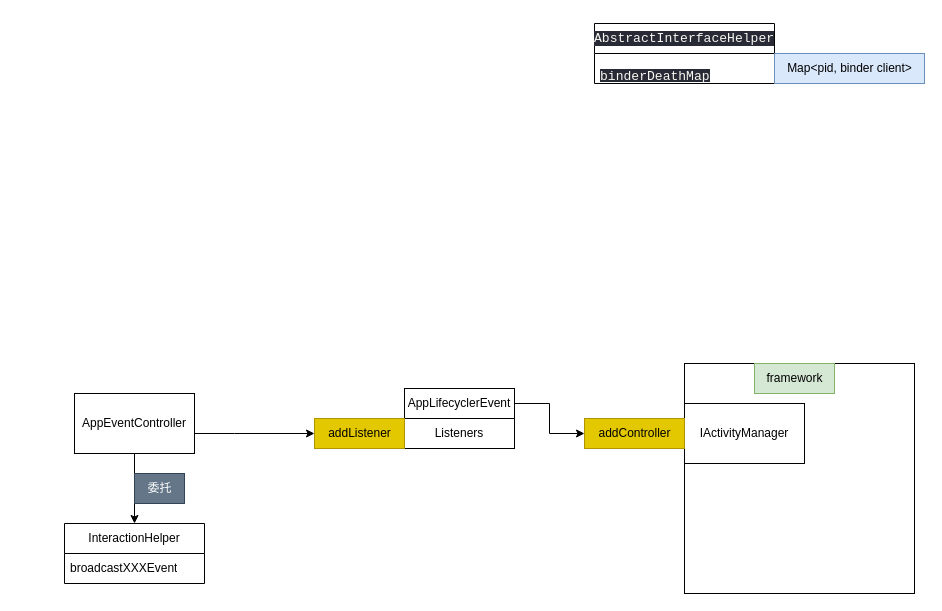
The draw.io diagram 脑图/hyy/未命名绘图.drawio in JeckOnly/passage, before the edit. Source tidied: cells renumbered, new cells numbered last; positions are measured from the earlier drawing's top-left corner, leaving out a move shared by most shapes. Both pictures are drawn from the tidied source at 100%, with x=0, y=0 at pixel (64, 23).
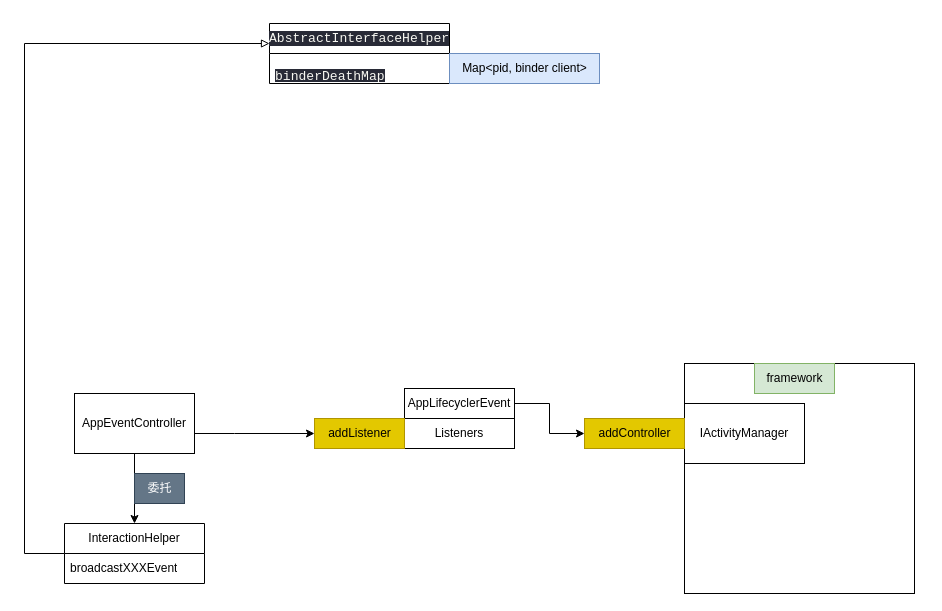
The same diagram, later.

Commit message (it also covers changes not shown here):
更新未命名绘图.drawio

The change refers to these unchanged cells:
```xml
<mxCell id="16" value="InteractionHelper" style="swimlane;fontStyle=0;horizontal=1;startSize=30;whiteSpace=wrap;html=1;" parent="1" vertex="1">
  <mxGeometry y="500" width="140" height="60" as="geometry" />
</mxCell>
```

Diff of the diagram source:
```diff
@@
     <mxCell id="2" value="&lt;div style=&quot;background-color:#282a36;color:#f8f8f2;font-family:'JetBrains Mono',monospace;font-size:9.8pt;&quot;&gt;&lt;pre&gt;AbstractInterfaceHelper&lt;/pre&gt;&lt;/div&gt;" style="swimlane;fontStyle=0;horizontal=1;startSize=30;whiteSpace=wrap;html=1;" parent="1" vertex="1">
-      <mxGeometry x="530" width="180" height="60" as="geometry" />
+      <mxGeometry x="205" width="180" height="60" as="geometry" />
     </mxCell>
@@
     <mxCell id="4" value="Map&amp;lt;pid, binder client&amp;gt;" style="text;html=1;align=center;verticalAlign=middle;strokeColor=#6c8ebf;fillColor=#dae8fc;" parent="1" vertex="1">
-      <mxGeometry x="710" y="30" width="150" height="30" as="geometry" />
+      <mxGeometry x="385" y="30" width="150" height="30" as="geometry" />
     </mxCell>
@@
+    <mxCell id="19" style="edgeStyle=orthogonalEdgeStyle;rounded=0;jettySize=auto;html=1;endArrow=block;endFill=0;" parent="1" edge="1" source="16" target="2">
+      <mxGeometry relative="1" as="geometry">
+        <Array as="points">
+          <mxPoint x="-40" y="530" />
+          <mxPoint x="-40" y="20" />
+        </Array>
+      </mxGeometry>
+    </mxCell>
```
